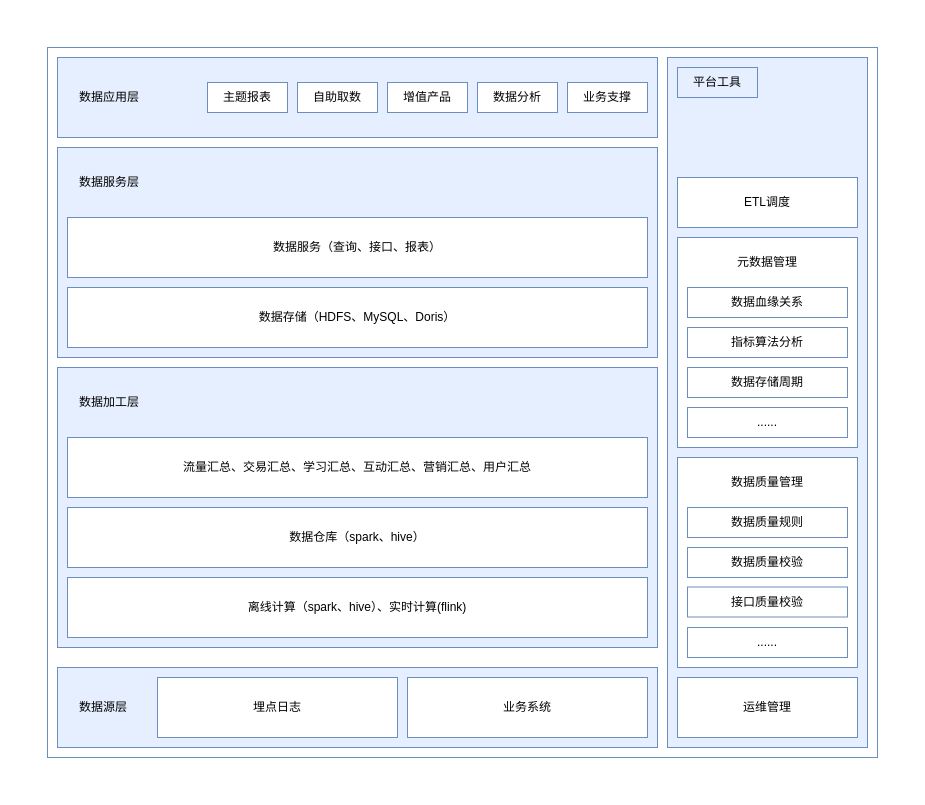
The draw.io diagram 数仓功能架构.drawio in Jacoulin/draw, before the edit. Source tidied: cells renumbered, new cells numbered last; positions are measured from the earlier drawing's top-left corner, leaving out a move shared by most shapes. Both pictures are drawn from the tidied source at 100%, with x=0, y=0 at pixel (47, 47).
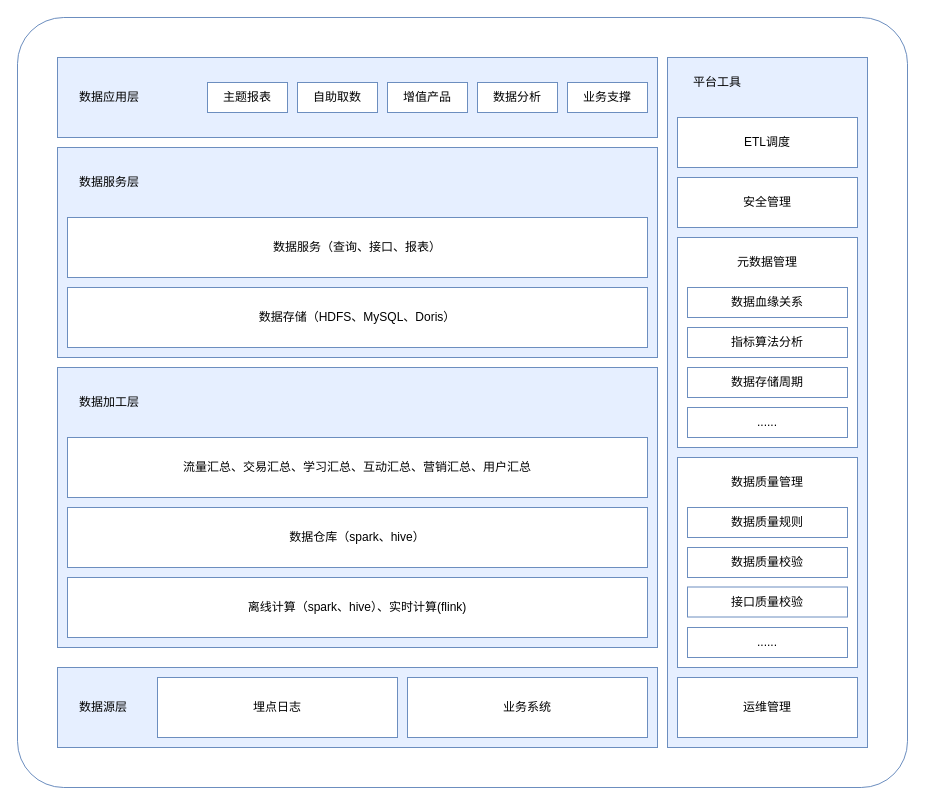
The same page after the edit.

Commit message (it also covers changes not shown here):
更新数仓功能架构.drawio

Change to the diagram source:
```diff
@@
-    <mxCell id="2" style="rounded=0;whiteSpace=wrap;html=1;strokeColor=#6C8EBF;" parent="1" vertex="1">
-      <mxGeometry width="830" height="710" as="geometry" />
+    <mxCell id="2" style="rounded=1;whiteSpace=wrap;html=1;strokeColor=#6C8EBF;arcSize=6;" parent="1" vertex="1">
+      <mxGeometry x="-30" y="-30" width="890" height="770" as="geometry" />
     </mxCell>
@@
-    <mxCell id="15" value="平台工具" style="text;html=1;strokeColor=#6C8EBF;fillColor=none;align=center;verticalAlign=middle;whiteSpace=wrap;rounded=0;" parent="1" vertex="1">
+    <mxCell id="15" value="平台工具" style="text;html=1;strokeColor=none;fillColor=none;align=center;verticalAlign=middle;whiteSpace=wrap;rounded=0;" parent="1" vertex="1">
       <mxGeometry x="630" y="20" width="80" height="30" as="geometry" />
     </mxCell>
     <mxCell id="16" style="rounded=0;whiteSpace=wrap;html=1;strokeColor=#6C8EBF;" parent="1" vertex="1">
-      <mxGeometry x="630" y="130" width="180" height="50" as="geometry" />
+      <mxGeometry x="630" y="70" width="180" height="50" as="geometry" />
     </mxCell>
@@
     <mxCell id="30" value="ETL调度" style="text;html=1;strokeColor=#FFFFFF;fillColor=none;align=center;verticalAlign=middle;whiteSpace=wrap;rounded=0;" parent="1" vertex="1">
-      <mxGeometry x="640" y="140" width="160" height="30" as="geometry" />
+      <mxGeometry x="640" y="80" width="160" height="30" as="geometry" />
     </mxCell>
@@
+    <mxCell id="40" style="rounded=0;whiteSpace=wrap;html=1;strokeColor=#6C8EBF;" parent="1" vertex="1">
+      <mxGeometry x="630" y="130" width="180" height="50" as="geometry" />
+    </mxCell>
+    <mxCell id="41" value="安全管理" style="text;html=1;strokeColor=#FFFFFF;fillColor=none;align=center;verticalAlign=middle;whiteSpace=wrap;rounded=0;" parent="1" vertex="1">
+      <mxGeometry x="640" y="140" width="160" height="30" as="geometry" />
+    </mxCell>
```
